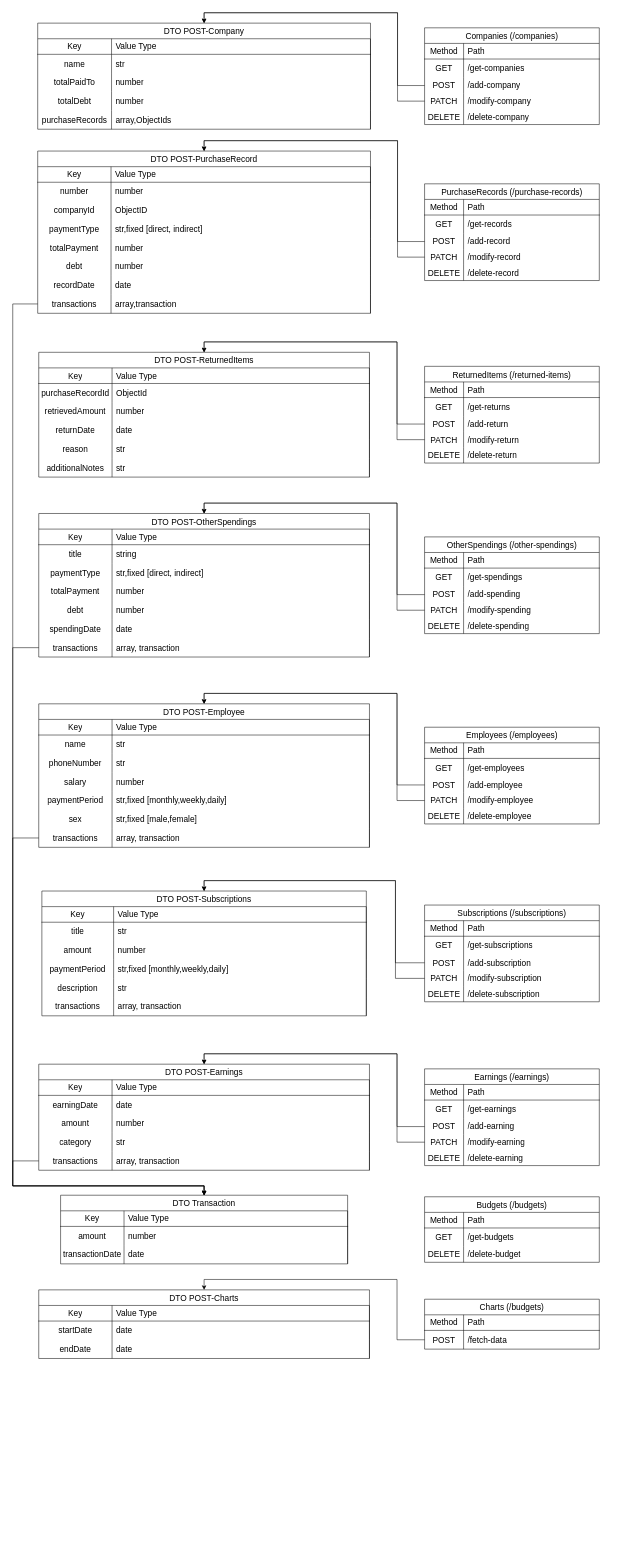
This is docs/api.design.drawio from alifaisal101/shop-finances-manager, a draw.io file, before an edit. Source tidied: cells renumbered, new cells numbered last; positions are measured from the earlier drawing's top-left corner, leaving out a move shared by most shapes. Both pictures are drawn from the tidied source at 52%, with x=0, y=0 at pixel (12, 23).
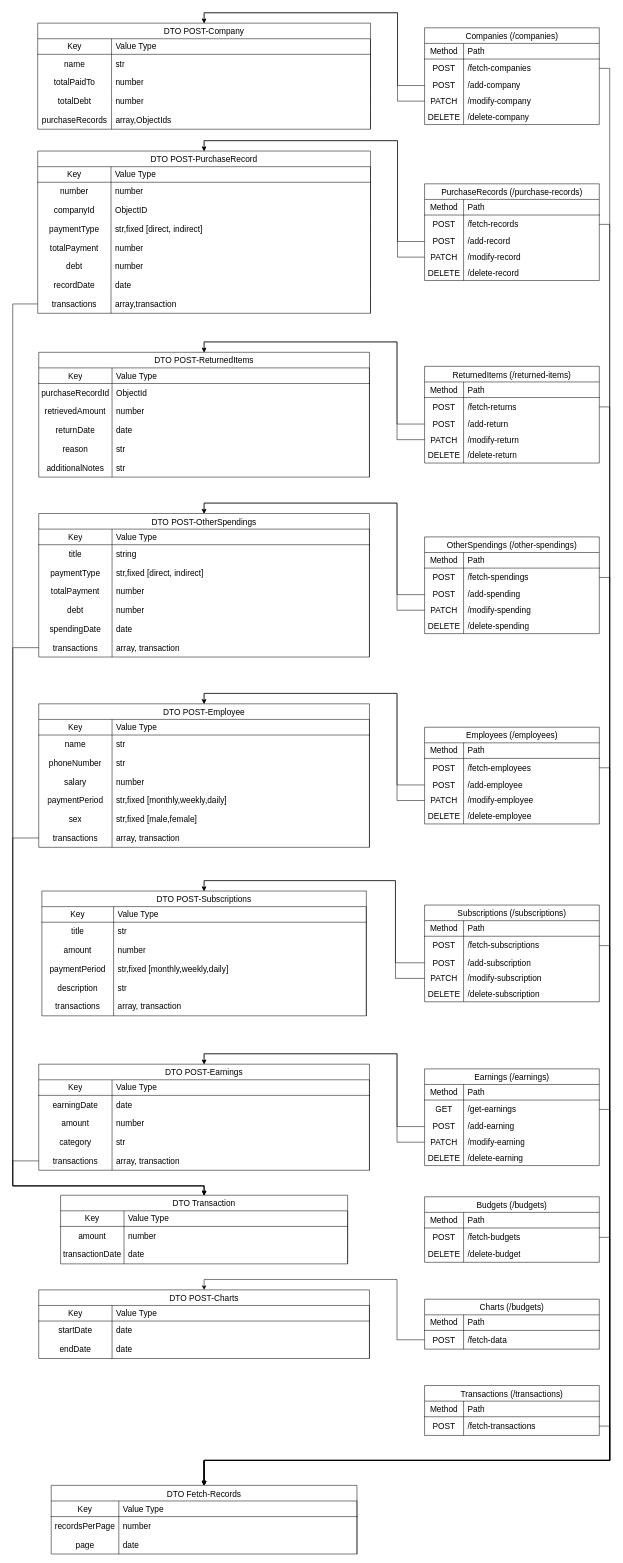
After the change.

Commit message:
modified the design by changing the get requests to post requests, and adding the fetchrecords dto

Unchanged cells that the change refers to:
```xml
<mxCell id="6" style="shape=tableRow;horizontal=0;startSize=0;swimlaneHead=0;swimlaneBody=0;top=0;left=0;bottom=0;right=0;fillColor=none;points=[[0,0.5],[1,0.5]];portConstraint=eastwest;strokeColor=inherit;fontSize=16;" parent="2" vertex="1">
  <mxGeometry y="60" width="336" height="36" as="geometry" />
</mxCell>
<mxCell id="22" style="shape=tableRow;horizontal=0;startSize=0;swimlaneHead=0;swimlaneBody=0;top=0;left=0;bottom=0;right=0;fillColor=none;points=[[0,0.5],[1,0.5]];portConstraint=eastwest;strokeColor=inherit;fontSize=16;" parent="18" vertex="1">
  <mxGeometry y="60" width="336" height="36" as="geometry" />
</mxCell>
<mxCell id="38" style="shape=tableRow;horizontal=0;startSize=0;swimlaneHead=0;swimlaneBody=0;top=0;left=0;bottom=0;right=0;fillColor=none;points=[[0,0.5],[1,0.5]];portConstraint=eastwest;strokeColor=inherit;fontSize=16;" parent="34" vertex="1">
  <mxGeometry y="60" width="336" height="36" as="geometry" />
</mxCell>
<mxCell id="54" style="shape=tableRow;horizontal=0;startSize=0;swimlaneHead=0;swimlaneBody=0;top=0;left=0;bottom=0;right=0;fillColor=none;points=[[0,0.5],[1,0.5]];portConstraint=eastwest;strokeColor=inherit;fontSize=16;" parent="50" vertex="1">
  <mxGeometry y="60" width="336" height="36" as="geometry" />
</mxCell>
<mxCell id="70" style="shape=tableRow;horizontal=0;startSize=0;swimlaneHead=0;swimlaneBody=0;top=0;left=0;bottom=0;right=0;fillColor=none;points=[[0,0.5],[1,0.5]];portConstraint=eastwest;strokeColor=inherit;fontSize=16;" parent="66" vertex="1">
  <mxGeometry y="60" width="336" height="36" as="geometry" />
</mxCell>
<mxCell id="86" style="shape=tableRow;horizontal=0;startSize=0;swimlaneHead=0;swimlaneBody=0;top=0;left=0;bottom=0;right=0;fillColor=none;points=[[0,0.5],[1,0.5]];portConstraint=eastwest;strokeColor=inherit;fontSize=16;" parent="82" vertex="1">
  <mxGeometry y="60" width="336" height="36" as="geometry" />
</mxCell>
<mxCell id="102" style="shape=tableRow;horizontal=0;startSize=0;swimlaneHead=0;swimlaneBody=0;top=0;left=0;bottom=0;right=0;fillColor=none;points=[[0,0.5],[1,0.5]];portConstraint=eastwest;strokeColor=inherit;fontSize=16;" parent="98" vertex="1">
  <mxGeometry y="60" width="336" height="36" as="geometry" />
</mxCell>
<mxCell id="151" style="shape=tableRow;horizontal=0;startSize=0;swimlaneHead=0;swimlaneBody=0;top=0;left=0;bottom=0;right=0;fillColor=none;points=[[0,0.5],[1,0.5]];portConstraint=eastwest;strokeColor=inherit;fontSize=16;" parent="147" vertex="1">
  <mxGeometry y="60" width="336" height="36" as="geometry" />
</mxCell>
```

The edit, as a diff of the source:
```diff
@@
-    <mxCell id="7" value="GET" style="shape=partialRectangle;html=1;whiteSpace=wrap;fillColor=none;top=0;left=0;bottom=0;right=0;overflow=hidden;strokeColor=inherit;fontSize=16;" parent="6" vertex="1">
+    <mxCell id="7" value="POST" style="shape=partialRectangle;html=1;whiteSpace=wrap;fillColor=none;top=0;left=0;bottom=0;right=0;overflow=hidden;strokeColor=inherit;fontSize=16;" parent="6" vertex="1">
       <mxGeometry width="75" height="36" as="geometry" />
     </mxCell>
-    <mxCell id="8" value="/get-records" style="shape=partialRectangle;html=1;whiteSpace=wrap;fillColor=none;top=0;left=0;bottom=0;right=0;align=left;spacingLeft=6;overflow=hidden;strokeColor=inherit;fontSize=16;" parent="6" vertex="1">
+    <mxCell id="8" value="/fetch-records" style="shape=partialRectangle;html=1;whiteSpace=wrap;fillColor=none;top=0;left=0;bottom=0;right=0;align=left;spacingLeft=6;overflow=hidden;strokeColor=inherit;fontSize=16;" parent="6" vertex="1">
       <mxGeometry x="75" width="261" height="36" as="geometry" />
     </mxCell>
@@
-    <mxCell id="23" value="GET" style="shape=partialRectangle;html=1;whiteSpace=wrap;fillColor=none;top=0;left=0;bottom=0;right=0;overflow=hidden;strokeColor=inherit;fontSize=16;" parent="22" vertex="1">
+    <mxCell id="23" value="POST" style="shape=partialRectangle;html=1;whiteSpace=wrap;fillColor=none;top=0;left=0;bottom=0;right=0;overflow=hidden;strokeColor=inherit;fontSize=16;" parent="22" vertex="1">
       <mxGeometry width="75" height="36" as="geometry" />
     </mxCell>
-    <mxCell id="24" value="/get-returns" style="shape=partialRectangle;html=1;whiteSpace=wrap;fillColor=none;top=0;left=0;bottom=0;right=0;align=left;spacingLeft=6;overflow=hidden;strokeColor=inherit;fontSize=16;" parent="22" vertex="1">
+    <mxCell id="24" value="/fetch-returns" style="shape=partialRectangle;html=1;whiteSpace=wrap;fillColor=none;top=0;left=0;bottom=0;right=0;align=left;spacingLeft=6;overflow=hidden;strokeColor=inherit;fontSize=16;" parent="22" vertex="1">
       <mxGeometry x="75" width="261" height="36" as="geometry" />
     </mxCell>
@@
-    <mxCell id="39" value="GET" style="shape=partialRectangle;html=1;whiteSpace=wrap;fillColor=none;top=0;left=0;bottom=0;right=0;overflow=hidden;strokeColor=inherit;fontSize=16;" parent="38" vertex="1">
+    <mxCell id="39" value="POST" style="shape=partialRectangle;html=1;whiteSpace=wrap;fillColor=none;top=0;left=0;bottom=0;right=0;overflow=hidden;strokeColor=inherit;fontSize=16;" parent="38" vertex="1">
       <mxGeometry width="75" height="36" as="geometry" />
     </mxCell>
-    <mxCell id="40" value="/get-spendings" style="shape=partialRectangle;html=1;whiteSpace=wrap;fillColor=none;top=0;left=0;bottom=0;right=0;align=left;spacingLeft=6;overflow=hidden;strokeColor=inherit;fontSize=16;" parent="38" vertex="1">
+    <mxCell id="40" value="/fetch-spendings" style="shape=partialRectangle;html=1;whiteSpace=wrap;fillColor=none;top=0;left=0;bottom=0;right=0;align=left;spacingLeft=6;overflow=hidden;strokeColor=inherit;fontSize=16;" parent="38" vertex="1">
       <mxGeometry x="75" width="261" height="36" as="geometry" />
     </mxCell>
@@
-    <mxCell id="55" value="GET" style="shape=partialRectangle;html=1;whiteSpace=wrap;fillColor=none;top=0;left=0;bottom=0;right=0;overflow=hidden;strokeColor=inherit;fontSize=16;" parent="54" vertex="1">
+    <mxCell id="55" value="POST" style="shape=partialRectangle;html=1;whiteSpace=wrap;fillColor=none;top=0;left=0;bottom=0;right=0;overflow=hidden;strokeColor=inherit;fontSize=16;" parent="54" vertex="1">
       <mxGeometry width="75" height="36" as="geometry" />
     </mxCell>
-    <mxCell id="56" value="/get-employees" style="shape=partialRectangle;html=1;whiteSpace=wrap;fillColor=none;top=0;left=0;bottom=0;right=0;align=left;spacingLeft=6;overflow=hidden;strokeColor=inherit;fontSize=16;" parent="54" vertex="1">
+    <mxCell id="56" value="/fetch-employees" style="shape=partialRectangle;html=1;whiteSpace=wrap;fillColor=none;top=0;left=0;bottom=0;right=0;align=left;spacingLeft=6;overflow=hidden;strokeColor=inherit;fontSize=16;" parent="54" vertex="1">
       <mxGeometry x="75" width="261" height="36" as="geometry" />
     </mxCell>
@@
-    <mxCell id="71" value="GET" style="shape=partialRectangle;html=1;whiteSpace=wrap;fillColor=none;top=0;left=0;bottom=0;right=0;overflow=hidden;strokeColor=inherit;fontSize=16;" parent="70" vertex="1">
+    <mxCell id="71" value="POST" style="shape=partialRectangle;html=1;whiteSpace=wrap;fillColor=none;top=0;left=0;bottom=0;right=0;overflow=hidden;strokeColor=inherit;fontSize=16;" parent="70" vertex="1">
       <mxGeometry width="75" height="36" as="geometry" />
     </mxCell>
-    <mxCell id="72" value="/get-subscriptions" style="shape=partialRectangle;html=1;whiteSpace=wrap;fillColor=none;top=0;left=0;bottom=0;right=0;align=left;spacingLeft=6;overflow=hidden;strokeColor=inherit;fontSize=16;" parent="70" vertex="1">
+    <mxCell id="72" value="/fetch-subscriptions" style="shape=partialRectangle;html=1;whiteSpace=wrap;fillColor=none;top=0;left=0;bottom=0;right=0;align=left;spacingLeft=6;overflow=hidden;strokeColor=inherit;fontSize=16;" parent="70" vertex="1">
       <mxGeometry x="75" width="261" height="36" as="geometry" />
     </mxCell>
@@
-    <mxCell id="103" value="GET" style="shape=partialRectangle;html=1;whiteSpace=wrap;fillColor=none;top=0;left=0;bottom=0;right=0;overflow=hidden;strokeColor=inherit;fontSize=16;" parent="102" vertex="1">
+    <mxCell id="103" value="POST" style="shape=partialRectangle;html=1;whiteSpace=wrap;fillColor=none;top=0;left=0;bottom=0;right=0;overflow=hidden;strokeColor=inherit;fontSize=16;" parent="102" vertex="1">
       <mxGeometry width="75" height="36" as="geometry" />
     </mxCell>
-    <mxCell id="104" value="/get-budgets" style="shape=partialRectangle;html=1;whiteSpace=wrap;fillColor=none;top=0;left=0;bottom=0;right=0;align=left;spacingLeft=6;overflow=hidden;strokeColor=inherit;fontSize=16;" parent="102" vertex="1">
+    <mxCell id="104" value="/fetch-budgets" style="shape=partialRectangle;html=1;whiteSpace=wrap;fillColor=none;top=0;left=0;bottom=0;right=0;align=left;spacingLeft=6;overflow=hidden;strokeColor=inherit;fontSize=16;" parent="102" vertex="1">
       <mxGeometry x="75" width="261" height="36" as="geometry" />
     </mxCell>
@@
-    <mxCell id="152" value="GET" style="shape=partialRectangle;html=1;whiteSpace=wrap;fillColor=none;top=0;left=0;bottom=0;right=0;overflow=hidden;strokeColor=inherit;fontSize=16;" parent="151" vertex="1">
+    <mxCell id="152" value="POST" style="shape=partialRectangle;html=1;whiteSpace=wrap;fillColor=none;top=0;left=0;bottom=0;right=0;overflow=hidden;strokeColor=inherit;fontSize=16;" parent="151" vertex="1">
       <mxGeometry width="75" height="36" as="geometry" />
     </mxCell>
-    <mxCell id="153" value="/get-companies" style="shape=partialRectangle;html=1;whiteSpace=wrap;fillColor=none;top=0;left=0;bottom=0;right=0;align=left;spacingLeft=6;overflow=hidden;strokeColor=inherit;fontSize=16;" parent="151" vertex="1">
+    <mxCell id="153" value="/fetch-companies" style="shape=partialRectangle;html=1;whiteSpace=wrap;fillColor=none;top=0;left=0;bottom=0;right=0;align=left;spacingLeft=6;overflow=hidden;strokeColor=inherit;fontSize=16;" parent="151" vertex="1">
       <mxGeometry x="75" width="261" height="36" as="geometry" />
     </mxCell>
@@
+    <mxCell id="350" value="Transactions (/transactions)" style="shape=table;startSize=30;childLayout=tableLayout;rowLines=0;fontStyle=0;strokeColor=default;fontSize=16;" parent="1" vertex="1">
+      <mxGeometry x="792" y="2620" width="336" height="96" as="geometry" />
+    </mxCell>
+    <mxCell id="351" style="shape=tableRow;horizontal=0;startSize=0;swimlaneHead=0;swimlaneBody=0;top=0;left=0;bottom=1;right=0;fillColor=none;strokeColor=inherit;fontSize=16;labelBorderColor=none;" parent="350" vertex="1">
+      <mxGeometry y="30" width="336" height="30" as="geometry" />
+    </mxCell>
+    <mxCell id="352" value="Method" style="shape=partialRectangle;html=1;whiteSpace=wrap;fillColor=none;top=0;left=0;bottom=0;right=0;overflow=hidden;strokeColor=inherit;fontSize=16;" parent="351" vertex="1">
+      <mxGeometry width="75" height="30" as="geometry" />
+    </mxCell>
+    <mxCell id="353" value="Path" style="shape=partialRectangle;html=1;whiteSpace=wrap;fillColor=none;top=0;left=0;bottom=0;right=0;align=left;spacingLeft=6;overflow=hidden;strokeColor=default;fontSize=16;" parent="351" vertex="1">
+      <mxGeometry x="75" width="261" height="30" as="geometry" />
+    </mxCell>
+    <mxCell id="354" style="shape=tableRow;horizontal=0;startSize=0;swimlaneHead=0;swimlaneBody=0;top=0;left=0;bottom=0;right=0;fillColor=none;points=[[0,0.5],[1,0.5]];portConstraint=eastwest;strokeColor=inherit;fontSize=16;" parent="350" vertex="1">
+      <mxGeometry y="60" width="336" height="36" as="geometry" />
+    </mxCell>
+    <mxCell id="355" value="POST" style="shape=partialRectangle;html=1;whiteSpace=wrap;fillColor=none;top=0;left=0;bottom=0;right=0;overflow=hidden;strokeColor=inherit;fontSize=16;" parent="354" vertex="1">
+      <mxGeometry width="75" height="36" as="geometry" />
+    </mxCell>
+    <mxCell id="356" value="/fetch-transactions" style="shape=partialRectangle;html=1;whiteSpace=wrap;fillColor=none;top=0;left=0;bottom=0;right=0;align=left;spacingLeft=6;overflow=hidden;strokeColor=inherit;fontSize=16;" parent="354" vertex="1">
+      <mxGeometry x="75" width="261" height="36" as="geometry" />
+    </mxCell>
+    <mxCell id="357" value="DTO Fetch-Records" style="shape=table;startSize=30;childLayout=tableLayout;rowLines=0;fontStyle=0;strokeColor=default;fontSize=16;" parent="1" vertex="1">
+      <mxGeometry x="74" y="2812" width="588" height="132" as="geometry" />
+    </mxCell>
+    <mxCell id="358" style="shape=tableRow;horizontal=0;startSize=0;swimlaneHead=0;swimlaneBody=0;top=0;left=0;bottom=1;right=0;fillColor=none;strokeColor=inherit;fontSize=16;labelBorderColor=none;" parent="357" vertex="1">
+      <mxGeometry y="30" width="588" height="30" as="geometry" />
+    </mxCell>
+    <mxCell id="359" value="Key" style="shape=partialRectangle;html=1;whiteSpace=wrap;fillColor=none;top=0;left=0;bottom=0;right=0;overflow=hidden;strokeColor=inherit;fontSize=16;" parent="358" vertex="1">
+      <mxGeometry width="130" height="30" as="geometry" />
+    </mxCell>
+    <mxCell id="360" value="Value Type" style="shape=partialRectangle;html=1;whiteSpace=wrap;fillColor=none;top=0;left=0;bottom=0;right=0;align=left;spacingLeft=6;overflow=hidden;strokeColor=default;fontSize=16;" parent="358" vertex="1">
+      <mxGeometry x="130" width="458" height="30" as="geometry" />
+    </mxCell>
+    <mxCell id="361" style="shape=tableRow;horizontal=0;startSize=0;swimlaneHead=0;swimlaneBody=0;top=0;left=0;bottom=0;right=0;fillColor=none;strokeColor=inherit;fontSize=16;" parent="357" vertex="1">
+      <mxGeometry y="60" width="588" height="36" as="geometry" />
+    </mxCell>
+    <mxCell id="362" value="recordsPerPage" style="shape=partialRectangle;html=1;whiteSpace=wrap;fillColor=none;top=0;left=0;bottom=0;right=0;overflow=hidden;strokeColor=inherit;fontSize=16;" parent="361" vertex="1">
+      <mxGeometry width="130" height="36" as="geometry" />
+    </mxCell>
+    <mxCell id="363" value="number" style="shape=partialRectangle;html=1;whiteSpace=wrap;fillColor=none;top=0;left=0;bottom=0;right=0;align=left;spacingLeft=6;overflow=hidden;strokeColor=inherit;fontSize=16;" parent="361" vertex="1">
+      <mxGeometry x="130" width="458" height="36" as="geometry" />
+    </mxCell>
+    <mxCell id="364" style="shape=singleArrow;whiteSpace=wrap;html=1;arrowWidth=0.4;arrowSize=0.4;fontSize=16;startSize=30;fontStyle=0;" parent="361" vertex="1">
+      <mxGeometry x="588" height="36" as="geometry" />
+    </mxCell>
+    <mxCell id="365" style="shape=tableRow;horizontal=0;startSize=0;swimlaneHead=0;swimlaneBody=0;top=0;left=0;bottom=0;right=0;fillColor=none;strokeColor=inherit;fontSize=16;" parent="357" vertex="1">
+      <mxGeometry y="96" width="588" height="36" as="geometry" />
+    </mxCell>
+    <mxCell id="366" value="page" style="shape=partialRectangle;html=1;whiteSpace=wrap;fillColor=none;top=0;left=0;bottom=0;right=0;overflow=hidden;strokeColor=inherit;fontSize=16;" parent="365" vertex="1">
+      <mxGeometry width="130" height="36" as="geometry" />
+    </mxCell>
+    <mxCell id="367" value="date" style="shape=partialRectangle;html=1;whiteSpace=wrap;fillColor=none;top=0;left=0;bottom=0;right=0;align=left;spacingLeft=6;overflow=hidden;strokeColor=inherit;fontSize=16;" parent="365" vertex="1">
+      <mxGeometry x="130" width="458" height="36" as="geometry" />
+    </mxCell>
+    <mxCell id="368" style="shape=singleArrow;whiteSpace=wrap;html=1;arrowWidth=0.4;arrowSize=0.4;fontSize=16;startSize=30;fontStyle=0;" parent="365" vertex="1">
+      <mxGeometry x="588" height="36" as="geometry" />
+    </mxCell>
+    <mxCell id="369" style="edgeStyle=orthogonalEdgeStyle;rounded=0;jettySize=auto;html=1;exitX=1;exitY=0.5;exitDx=0;exitDy=0;entryX=0.5;entryY=0;entryDx=0;entryDy=0;" parent="1" edge="1" source="354" target="357">
+      <mxGeometry relative="1" as="geometry" />
+    </mxCell>
+    <mxCell id="370" style="edgeStyle=orthogonalEdgeStyle;rounded=0;jettySize=auto;html=1;exitX=1;exitY=0.5;exitDx=0;exitDy=0;entryX=0.5;entryY=0;entryDx=0;entryDy=0;" parent="1" edge="1" source="102" target="357">
+      <mxGeometry relative="1" as="geometry">
+        <Array as="points">
+          <mxPoint x="1148" y="2335" />
+          <mxPoint x="1148" y="2764" />
+          <mxPoint x="368" y="2764" />
+        </Array>
+      </mxGeometry>
+    </mxCell>
+    <mxCell id="371" style="edgeStyle=orthogonalEdgeStyle;rounded=0;jettySize=auto;html=1;exitX=1;exitY=0.5;exitDx=0;exitDy=0;entryX=0.5;entryY=0;entryDx=0;entryDy=0;" parent="1" edge="1" source="86" target="357">
+      <mxGeometry relative="1" as="geometry">
+        <Array as="points">
+          <mxPoint x="1148" y="2089" />
+          <mxPoint x="1148" y="2764" />
+          <mxPoint x="368" y="2764" />
+        </Array>
+      </mxGeometry>
+    </mxCell>
+    <mxCell id="372" style="edgeStyle=orthogonalEdgeStyle;rounded=0;jettySize=auto;html=1;exitX=1;exitY=0.5;exitDx=0;exitDy=0;entryX=0.5;entryY=0;entryDx=0;entryDy=0;" parent="1" edge="1" source="70" target="357">
+      <mxGeometry relative="1" as="geometry">
+        <Array as="points">
+          <mxPoint x="1148" y="1774" />
+          <mxPoint x="1148" y="2764" />
+          <mxPoint x="368" y="2764" />
+        </Array>
+      </mxGeometry>
+    </mxCell>
+    <mxCell id="373" style="edgeStyle=orthogonalEdgeStyle;rounded=0;jettySize=auto;html=1;exitX=1;exitY=0.5;exitDx=0;exitDy=0;entryX=0.5;entryY=0;entryDx=0;entryDy=0;" parent="1" edge="1" source="54" target="357">
+      <mxGeometry relative="1" as="geometry">
+        <Array as="points">
+          <mxPoint x="1148" y="1432" />
+          <mxPoint x="1148" y="2764" />
+          <mxPoint x="368" y="2764" />
+        </Array>
+      </mxGeometry>
+    </mxCell>
+    <mxCell id="374" style="edgeStyle=orthogonalEdgeStyle;rounded=0;jettySize=auto;html=1;exitX=1;exitY=0.5;exitDx=0;exitDy=0;entryX=0.5;entryY=0;entryDx=0;entryDy=0;" parent="1" edge="1" source="38" target="357">
+      <mxGeometry relative="1" as="geometry">
+        <Array as="points">
+          <mxPoint x="1148" y="1066" />
+          <mxPoint x="1148" y="2764" />
+          <mxPoint x="368" y="2764" />
+        </Array>
+      </mxGeometry>
+    </mxCell>
+    <mxCell id="375" style="edgeStyle=orthogonalEdgeStyle;rounded=0;jettySize=auto;html=1;exitX=1;exitY=0.5;exitDx=0;exitDy=0;entryX=0.5;entryY=0;entryDx=0;entryDy=0;" parent="1" edge="1" source="22" target="357">
+      <mxGeometry relative="1" as="geometry">
+        <Array as="points">
+          <mxPoint x="1148" y="738" />
+          <mxPoint x="1148" y="2764" />
+          <mxPoint x="368" y="2764" />
+        </Array>
+      </mxGeometry>
+    </mxCell>
+    <mxCell id="376" style="edgeStyle=orthogonalEdgeStyle;rounded=0;jettySize=auto;html=1;exitX=1;exitY=0.5;exitDx=0;exitDy=0;entryX=0.5;entryY=0;entryDx=0;entryDy=0;" parent="1" edge="1" source="6" target="357">
+      <mxGeometry relative="1" as="geometry">
+        <Array as="points">
+          <mxPoint x="1148" y="387" />
+          <mxPoint x="1148" y="2764" />
+          <mxPoint x="368" y="2764" />
+        </Array>
+      </mxGeometry>
+    </mxCell>
+    <mxCell id="377" style="edgeStyle=orthogonalEdgeStyle;rounded=0;jettySize=auto;html=1;exitX=1;exitY=0.5;exitDx=0;exitDy=0;entryX=0.5;entryY=0;entryDx=0;entryDy=0;" parent="1" edge="1" source="151" target="357">
+      <mxGeometry relative="1" as="geometry">
+        <Array as="points">
+          <mxPoint x="1148" y="87" />
+          <mxPoint x="1148" y="2764" />
+          <mxPoint x="368" y="2764" />
+        </Array>
+      </mxGeometry>
+    </mxCell>
```
